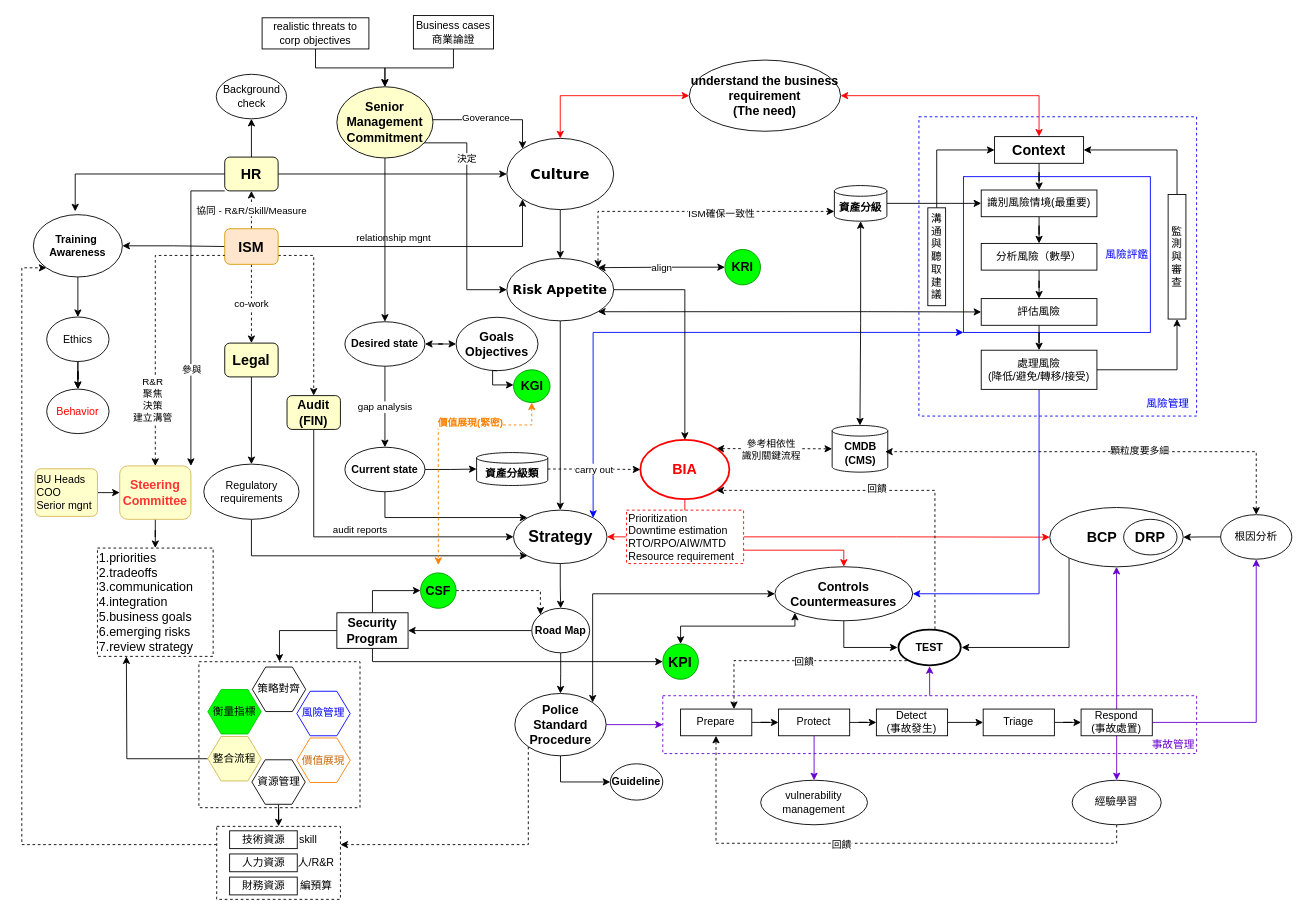
Above: CISM.drawio in digipenguin/machinelearn-ndu (draw.io), before the change. Source tidied: cells renumbered, new cells numbered last; positions are measured from the earlier drawing's top-left corner, leaving out a move shared by most shapes. Both pictures are drawn from the tidied source at 89%, with x=0, y=0 at pixel (21, 15).
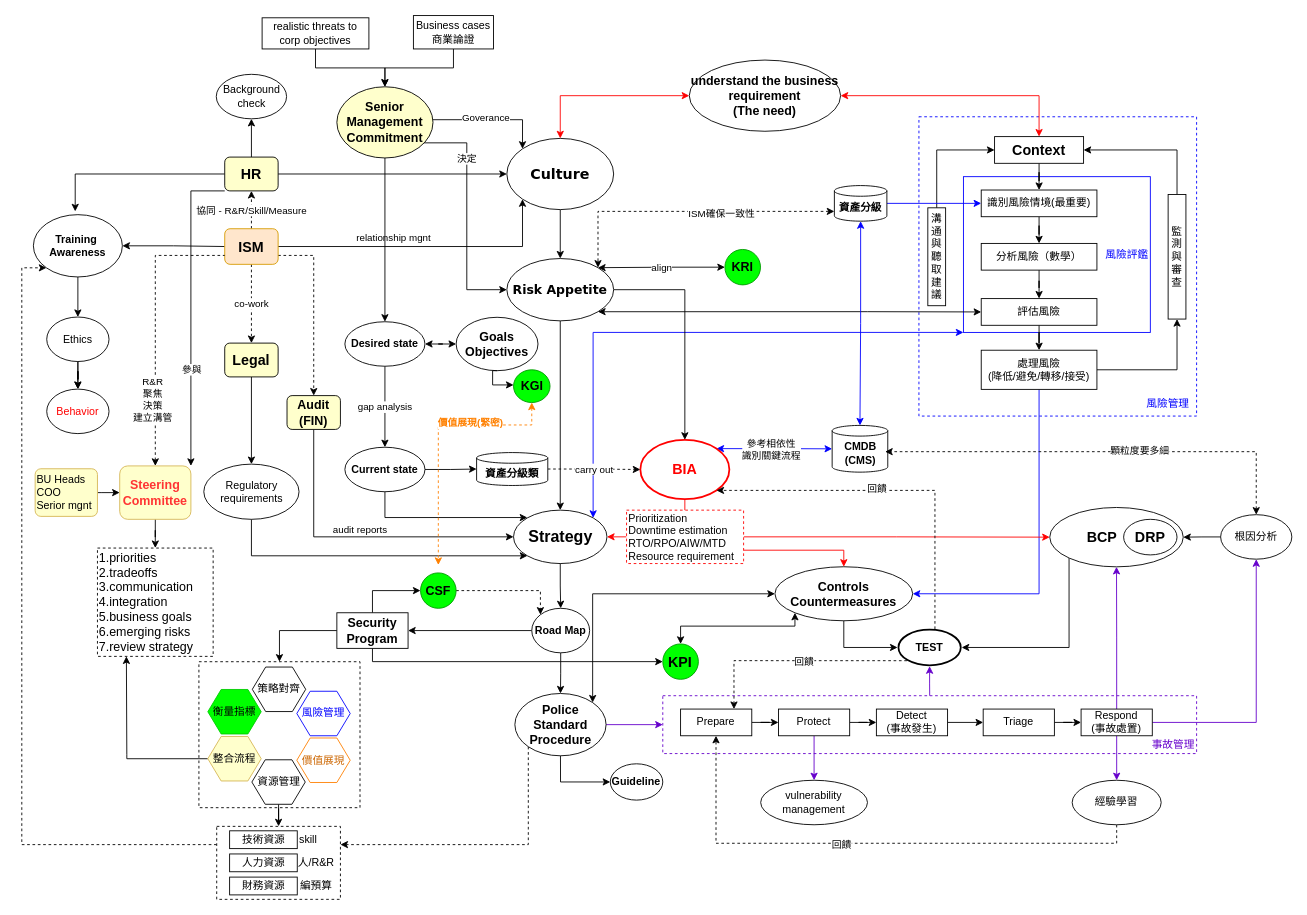
After the change.

Unchanged cells that the change refers to:
```xml
<mxCell id="42" value="識別風險情境(最重要)" style="rounded=0;whiteSpace=wrap;html=1;fillColor=#FFFFFF;" parent="1" vertex="1">
  <mxGeometry x="1078" y="196" width="130" height="30" as="geometry" />
</mxCell>
<mxCell id="69" value="&lt;font style=&quot;font-size: 16px&quot; color=&quot;#ff0000&quot;&gt;&lt;b&gt;BIA&lt;/b&gt;&lt;/font&gt;" style="ellipse;whiteSpace=wrap;html=1;fillColor=#FFFFFF;strokeColor=#FF0000;strokeWidth=2;" parent="1" vertex="1">
  <mxGeometry x="695" y="476.7" width="100" height="66.7" as="geometry" />
</mxCell>
<mxCell id="72" value="&lt;b&gt;CMDB&lt;br&gt;(CMS)&lt;br&gt;&lt;/b&gt;" style="shape=cylinder3;whiteSpace=wrap;html=1;boundedLbl=1;backgroundOutline=1;size=6;fillColor=#FFFFFF;" parent="1" vertex="1">
  <mxGeometry x="910.5" y="460.5" width="62.5" height="52.5" as="geometry" />
</mxCell>
<mxCell id="108" value="&lt;b&gt;資產分級&lt;/b&gt;" style="shape=cylinder3;whiteSpace=wrap;html=1;boundedLbl=1;backgroundOutline=1;size=6;fillColor=#FFFFFF;" parent="1" vertex="1">
  <mxGeometry x="913" y="191" width="59" height="40" as="geometry" />
</mxCell>
```

Diff of the diagram source:
```diff
@@
-    <mxCell id="67" value="參考相依性&lt;br&gt;識別關鍵流程" style="edgeStyle=orthogonalEdgeStyle;rounded=0;jettySize=auto;html=1;startArrow=classic;startFill=1;endArrow=classic;endFill=1;dashed=1;align=center;exitX=1;exitY=0;exitDx=0;exitDy=0;" parent="1" edge="1" source="69" target="72">
+    <mxCell id="67" value="參考相依性&lt;br&gt;識別關鍵流程" style="edgeStyle=orthogonalEdgeStyle;rounded=0;jettySize=auto;html=1;startArrow=classic;startFill=1;endArrow=classic;endFill=1;align=center;exitX=1;exitY=0;exitDx=0;exitDy=0;strokeColor=#0000FF;" parent="1" edge="1" source="69" target="72">
       <mxGeometry x="-0.06" y="-1" relative="1" as="geometry" />
     </mxCell>
@@
-    <mxCell id="104" style="edgeStyle=orthogonalEdgeStyle;rounded=0;jettySize=auto;html=1;entryX=0.5;entryY=0;entryDx=0;entryDy=0;entryPerimeter=0;startArrow=classic;startFill=1;endArrow=classic;endFill=1;" parent="1" edge="1" source="108" target="72">
+    <mxCell id="104" style="edgeStyle=orthogonalEdgeStyle;rounded=0;jettySize=auto;html=1;entryX=0.5;entryY=0;entryDx=0;entryDy=0;entryPerimeter=0;startArrow=classic;startFill=1;endArrow=classic;endFill=1;strokeColor=#0000FF;" parent="1" edge="1" source="108" target="72">
       <mxGeometry relative="1" as="geometry" />
     </mxCell>
-    <mxCell id="105" style="edgeStyle=orthogonalEdgeStyle;rounded=0;jettySize=auto;html=1;entryX=0;entryY=0.5;entryDx=0;entryDy=0;startArrow=none;startFill=0;endArrow=classic;endFill=1;strokeColor=#000000;exitX=1;exitY=0.5;exitDx=0;exitDy=0;exitPerimeter=0;" parent="1" edge="1" source="108" target="42">
+    <mxCell id="105" style="edgeStyle=orthogonalEdgeStyle;rounded=0;jettySize=auto;html=1;entryX=0;entryY=0.5;entryDx=0;entryDy=0;startArrow=none;startFill=0;endArrow=classic;endFill=1;exitX=1;exitY=0.5;exitDx=0;exitDy=0;exitPerimeter=0;strokeColor=#0000FF;" parent="1" edge="1" source="108" target="42">
       <mxGeometry relative="1" as="geometry" />
     </mxCell>
```
